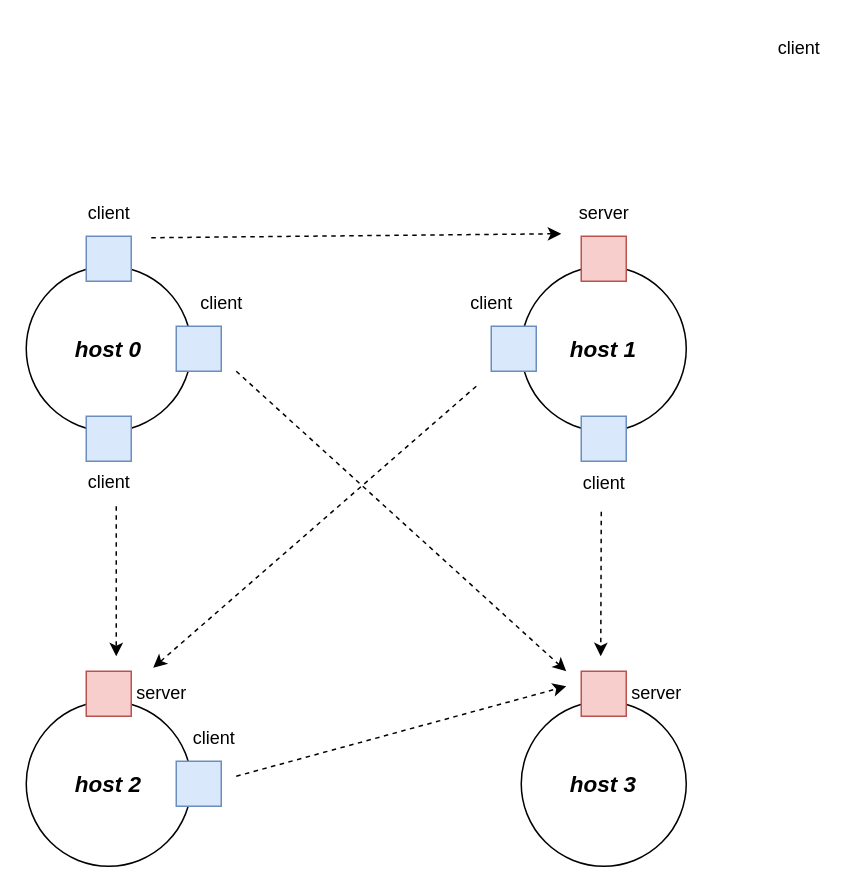
Above: _draws/rdma_sync.drawio in segzix/segzix.github.io (draw.io), before the change. Source tidied: cells renumbered, new cells numbered last; positions are measured from the earlier drawing's top-left corner, leaving out a move shared by most shapes. Both pictures are drawn from the tidied source at 150%, with x=0, y=0 at pixel (26, 26).
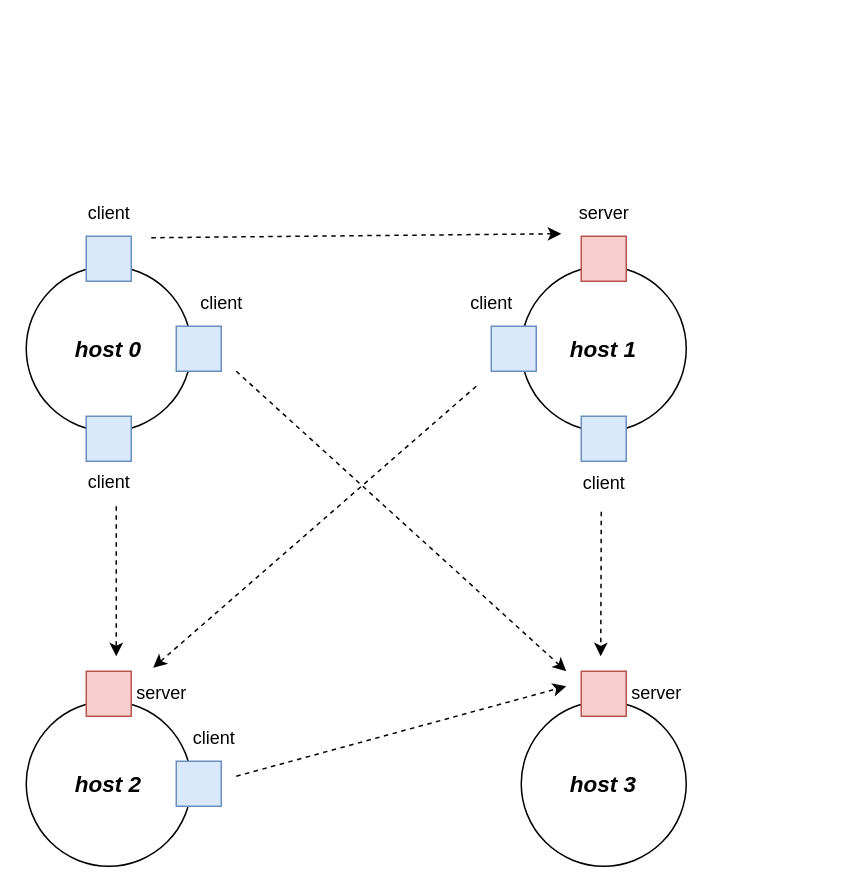
The same page after the edit.

The edit, as a diff of the source:
```diff
@@
-    <mxCell id="19" value="client" style="text;html=1;align=center;verticalAlign=middle;strokeColor=none;fillColor=none;" parent="1" vertex="1">
-      <mxGeometry x="490" width="50" height="30" as="geometry" />
-    </mxCell>
```
